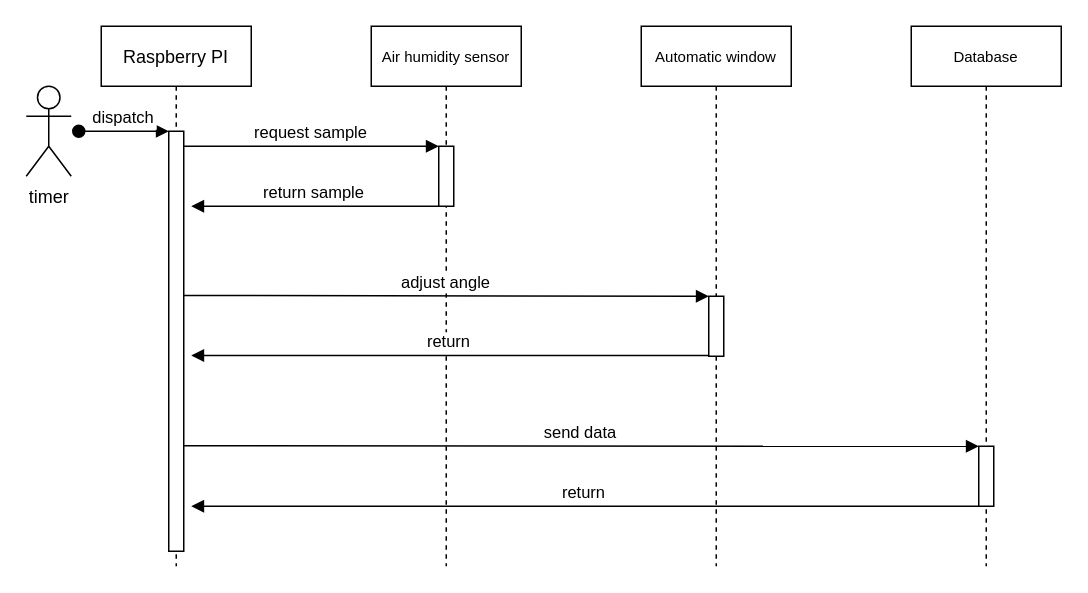
The draw.io diagram Diagrams/sequential diagram5.drawio in rafaelandrepedro/embebidos2122, before the edit. Source tidied: cells renumbered, new cells numbered last; positions are measured from the earlier drawing's top-left corner, leaving out a move shared by most shapes. Both pictures are drawn from the tidied source at 150%, with x=0, y=0 at pixel (26, 26).
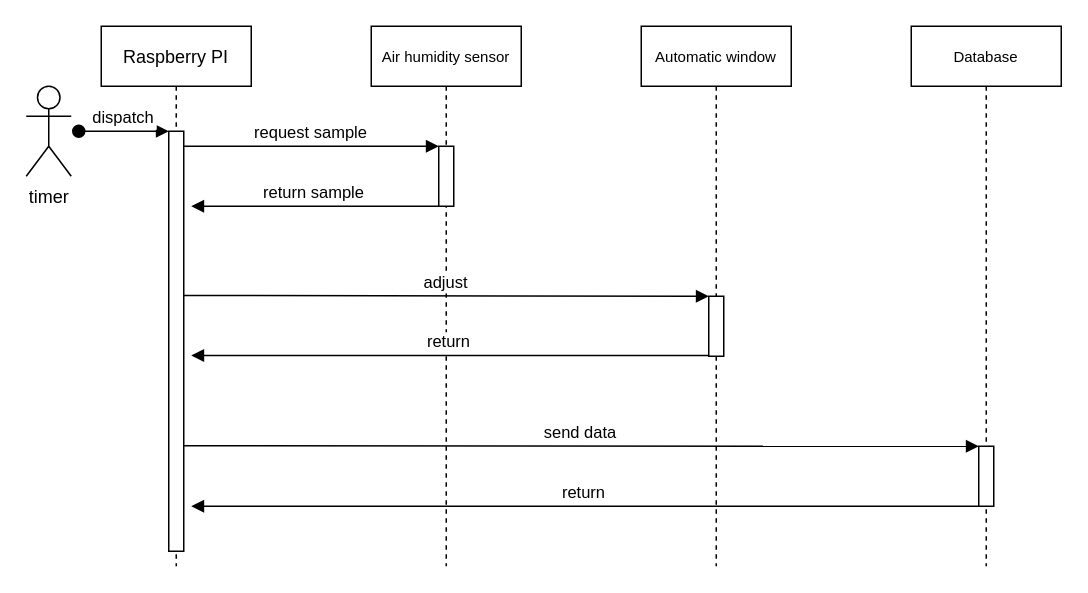
Above is the later version.

The change refers to these unchanged cells:
```xml
<mxCell id="5" value="Air humidity sensor" style="shape=umlLifeline;perimeter=lifelinePerimeter;rounded=0;shadow=0;strokeWidth=1;fontSize=10;" parent="1" vertex="1">
  <mxGeometry x="230" width="100" height="360" as="geometry" />
</mxCell>
<mxCell id="13" style="points=[];perimeter=orthogonalPerimeter;rounded=0;shadow=0;strokeWidth=1;" parent="12" vertex="1">
  <mxGeometry x="45" y="180" width="10" height="40" as="geometry" />
</mxCell>
```

The edit, as a diff of the source:
```diff
@@
-    <mxCell id="7" value="adjust angle" style="verticalAlign=bottom;endArrow=block;entryX=0;entryY=0;shadow=0;strokeWidth=1;" parent="5" edge="1" target="13">
+    <mxCell id="7" value="adjust" style="verticalAlign=bottom;endArrow=block;entryX=0;entryY=0;shadow=0;strokeWidth=1;" parent="5" edge="1" target="13">
       <mxGeometry relative="1" as="geometry">
         <mxPoint x="-125" y="179.5" as="sourcePoint" />
       </mxGeometry>
     </mxCell>
```
